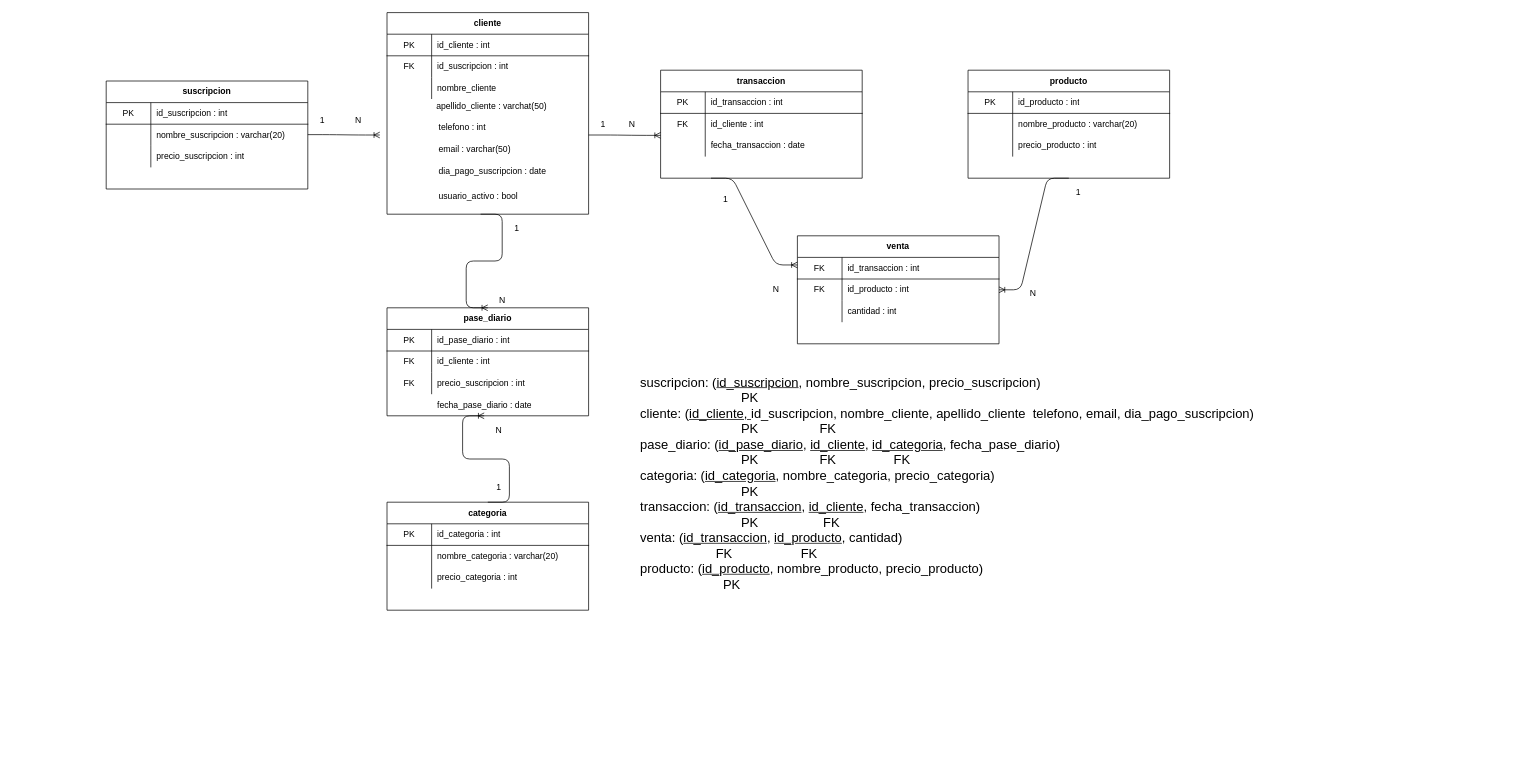
Above: Modelo relacional Grupo4.drawio in rtesga/Talento_grupo4 (draw.io), before the change. Source tidied: cells renumbered, new cells numbered last; positions are measured from the earlier drawing's top-left corner, leaving out a move shared by most shapes. Both pictures are drawn from the tidied source at 72%, with x=0, y=0 at pixel (106, 12).
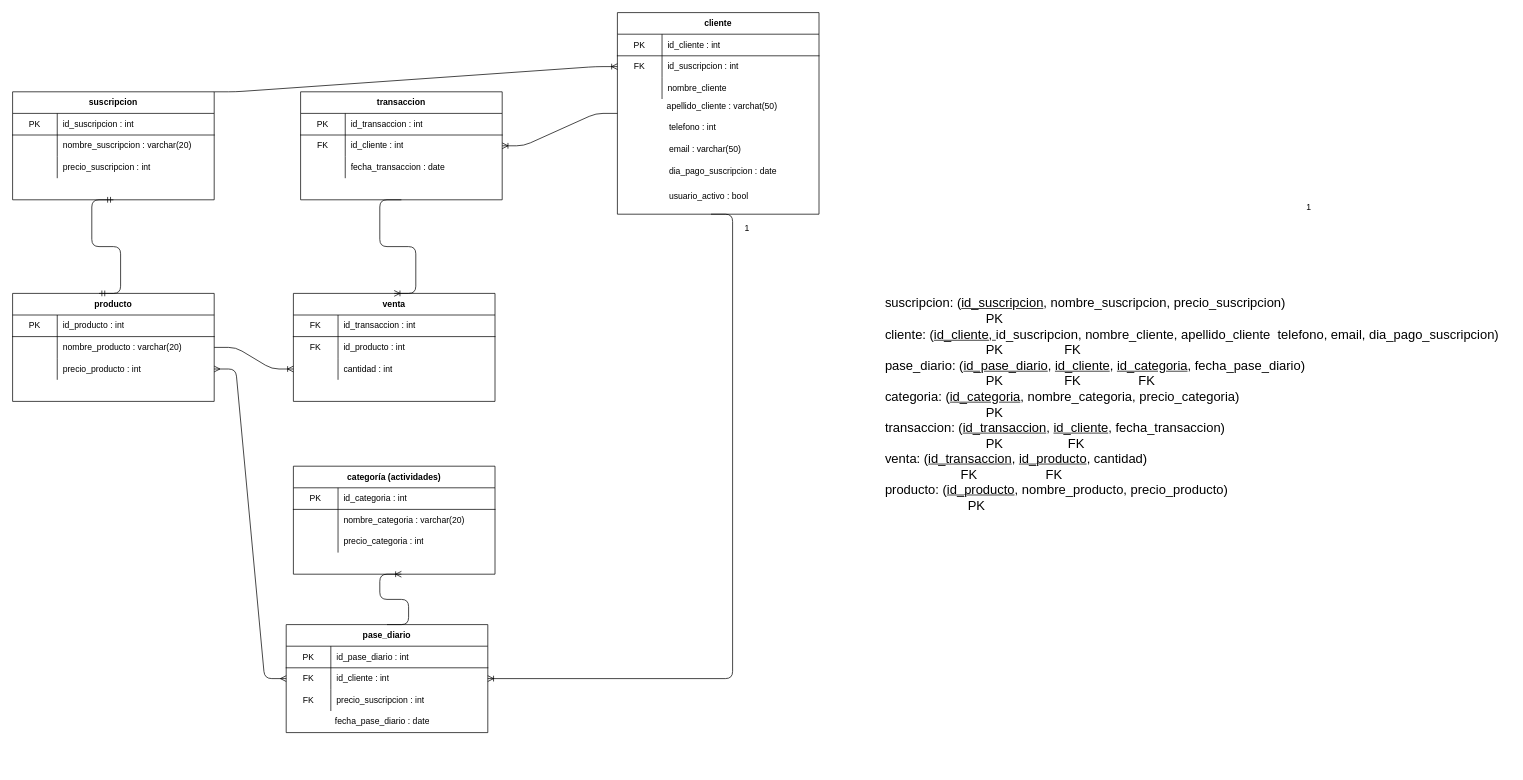
The same diagram, later.

Unchanged cells that the change refers to:
```xml
<mxCell id="29" style="shape=partialRectangle;html=1;whiteSpace=wrap;fillColor=none;top=0;left=0;bottom=0;right=0;points=[[0,0.5],[1,0.5]];portConstraint=eastwest;" parent="25" vertex="1">
  <mxGeometry y="60" width="280" height="30" as="geometry" />
</mxCell>
<mxCell id="44" style="shape=partialRectangle;html=1;whiteSpace=wrap;fillColor=none;top=0;left=0;bottom=0;right=0;points=[[0,0.5],[1,0.5]];portConstraint=eastwest;" parent="40" vertex="1">
  <mxGeometry y="60" width="280" height="30" as="geometry" />
</mxCell>
<mxCell id="54" style="shape=partialRectangle;html=1;whiteSpace=wrap;fillColor=none;top=0;left=0;bottom=0;right=0;points=[[0,0.5],[1,0.5]];portConstraint=eastwest;" parent="50" vertex="1">
  <mxGeometry y="60" width="280" height="30" as="geometry" />
</mxCell>
<mxCell id="74" style="shape=partialRectangle;html=1;whiteSpace=wrap;fillColor=none;top=0;left=0;bottom=0;right=0;points=[[0,0.5],[1,0.5]];portConstraint=eastwest;" parent="70" vertex="1">
  <mxGeometry y="60" width="280" height="30" as="geometry" />
</mxCell>
<mxCell id="77" style="shape=partialRectangle;html=1;whiteSpace=wrap;fillColor=none;top=0;left=0;bottom=0;right=0;points=[[0,0.5],[1,0.5]];portConstraint=eastwest;" parent="70" vertex="1">
  <mxGeometry y="90" width="280" height="30" as="geometry" />
</mxCell>
<mxCell id="85" style="shape=partialRectangle;html=1;whiteSpace=wrap;fillColor=none;top=0;left=0;bottom=0;right=0;points=[[0,0.5],[1,0.5]];portConstraint=eastwest;" parent="81" vertex="1">
  <mxGeometry y="60" width="280" height="30" as="geometry" />
</mxCell>
<mxCell id="88" style="shape=partialRectangle;html=1;whiteSpace=wrap;fillColor=none;top=0;left=0;bottom=0;right=0;points=[[0,0.5],[1,0.5]];portConstraint=eastwest;" parent="81" vertex="1">
  <mxGeometry y="90" width="280" height="30" as="geometry" />
</mxCell>
```

The edit, as a diff of the source:
```diff
@@
-    <mxCell id="2" value="1" style="text;html=1;align=center;verticalAlign=middle;fillColor=none;strokeColor=none;rounded=0;" parent="1" vertex="1">
-      <mxGeometry x="290" y="140" width="20" height="20" as="geometry" />
-    </mxCell>
-    <mxCell id="3" value="N" style="text;html=1;align=center;verticalAlign=middle;fillColor=none;strokeColor=none;rounded=0;" parent="1" vertex="1">
-      <mxGeometry x="340" y="140" width="20" height="20" as="geometry" />
-    </mxCell>
-    <mxCell id="4" value="N" style="text;html=1;align=center;verticalAlign=middle;fillColor=none;strokeColor=none;rounded=0;" parent="1" vertex="1">
-      <mxGeometry x="540" y="390" width="20" height="20" as="geometry" />
-    </mxCell>
     <mxCell id="5" value="1" style="text;html=1;align=center;verticalAlign=middle;fillColor=none;strokeColor=none;rounded=0;" parent="1" vertex="1">
-      <mxGeometry x="560" y="290" width="20" height="20" as="geometry" />
+      <mxGeometry x="880" y="290" width="20" height="20" as="geometry" />
     </mxCell>
     <mxCell id="6" style="edgeStyle=none;rounded=0;orthogonalLoop=1;jettySize=auto;html=1;" parent="1" edge="1">
       <mxGeometry relative="1" as="geometry">
-        <mxPoint x="530" y="820" as="sourcePoint" />
-        <mxPoint x="530" y="820" as="targetPoint" />
+        <mxPoint x="866.5" y="1040" as="sourcePoint" />
+        <mxPoint x="866.5" y="1040" as="targetPoint" />
       </mxGeometry>
     </mxCell>
-    <mxCell id="7" value="N" style="text;html=1;align=center;verticalAlign=middle;fillColor=none;strokeColor=none;rounded=0;" parent="1" vertex="1">
-      <mxGeometry x="535" y="570" width="20" height="20" as="geometry" />
-    </mxCell>
-    <mxCell id="8" value="1" style="text;html=1;align=center;verticalAlign=middle;fillColor=none;strokeColor=none;rounded=0;" parent="1" vertex="1">
-      <mxGeometry x="535" y="650" width="20" height="20" as="geometry" />
-    </mxCell>
-    <mxCell id="9" value="1" style="text;html=1;align=center;verticalAlign=middle;fillColor=none;strokeColor=none;rounded=0;" parent="1" vertex="1">
-      <mxGeometry x="680" y="146" width="20" height="20" as="geometry" />
-    </mxCell>
-    <mxCell id="10" value="N" style="text;html=1;align=center;verticalAlign=middle;fillColor=none;strokeColor=none;rounded=0;" parent="1" vertex="1">
-      <mxGeometry x="720" y="146" width="20" height="20" as="geometry" />
-    </mxCell>
-    <mxCell id="11" value="1" style="text;html=1;align=center;verticalAlign=middle;fillColor=none;strokeColor=none;rounded=0;" parent="1" vertex="1">
-      <mxGeometry x="850" y="250" width="20" height="20" as="geometry" />
-    </mxCell>
-    <mxCell id="12" value="N" style="text;html=1;align=center;verticalAlign=middle;fillColor=none;strokeColor=none;rounded=0;" parent="1" vertex="1">
-      <mxGeometry x="920" y="375" width="20" height="20" as="geometry" />
-    </mxCell>
     <mxCell id="13" value="1" style="text;html=1;align=center;verticalAlign=middle;fillColor=none;strokeColor=none;rounded=0;" parent="1" vertex="1">
-      <mxGeometry x="1340" y="240" width="20" height="20" as="geometry" />
+      <mxGeometry x="1660" y="260" width="20" height="20" as="geometry" />
     </mxCell>
-    <mxCell id="14" value="N" style="text;html=1;align=center;verticalAlign=middle;fillColor=none;strokeColor=none;rounded=0;" parent="1" vertex="1">
-      <mxGeometry x="1277" y="380" width="20" height="20" as="geometry" />
-    </mxCell>
     <mxCell id="15" value="suscripcion" style="shape=table;html=1;whiteSpace=wrap;startSize=30;childLayout=tableLayout;rowLines=0;fontStyle=1;align=center;" parent="1" vertex="1">
-      <mxGeometry y="95" width="280" height="150" as="geometry" />
+      <mxGeometry x="-130" y="110" width="280" height="150" as="geometry" />
     </mxCell>
@@
     <mxCell id="25" value="cliente" style="shape=table;html=1;whiteSpace=wrap;startSize=30;childLayout=tableLayout;rowLines=0;fontStyle=1;align=center;" parent="1" vertex="1">
-      <mxGeometry x="390" width="280" height="280" as="geometry" />
+      <mxGeometry x="710" width="280" height="280" as="geometry" />
     </mxCell>
@@
-    <mxCell id="35" style="edgeStyle=entityRelationEdgeStyle;fontSize=12;html=1;endArrow=ERoneToMany;" parent="1" edge="1">
-      <mxGeometry relative="1" as="geometry">
-        <mxPoint x="280" y="169.5" as="sourcePoint" />
-        <mxPoint x="380" y="170" as="targetPoint" />
-      </mxGeometry>
-    </mxCell>
     <mxCell id="36" value="apellido_cliente : varchat(50)" style="text;html=1;align=center;verticalAlign=middle;" parent="1" vertex="1">
-      <mxGeometry x="450" y="120" width="170" height="20" as="geometry" />
+      <mxGeometry x="770" y="120" width="170" height="20" as="geometry" />
     </mxCell>
     <mxCell id="37" value="telefono : int" style="text;html=1;align=left;verticalAlign=middle;" parent="1" vertex="1">
-      <mxGeometry x="460" y="150" width="80" height="20" as="geometry" />
+      <mxGeometry x="780" y="150" width="80" height="20" as="geometry" />
     </mxCell>
     <mxCell id="38" value="email : varchar(50)" style="text;html=1;align=left;verticalAlign=middle;" parent="1" vertex="1">
-      <mxGeometry x="460" y="180" width="120" height="20" as="geometry" />
+      <mxGeometry x="780" y="180" width="120" height="20" as="geometry" />
     </mxCell>
     <mxCell id="39" value="dia_pago_suscripcion : date" style="text;html=1;align=left;verticalAlign=middle;" parent="1" vertex="1">
-      <mxGeometry x="460" y="210" width="160" height="20" as="geometry" />
+      <mxGeometry x="780" y="210" width="160" height="20" as="geometry" />
     </mxCell>
     <mxCell id="40" value="transaccion" style="shape=table;html=1;whiteSpace=wrap;startSize=30;childLayout=tableLayout;rowLines=0;fontStyle=1;align=center;" parent="1" vertex="1">
-      <mxGeometry x="770" y="80" width="280" height="150" as="geometry" />
+      <mxGeometry x="270" y="110" width="280" height="150" as="geometry" />
     </mxCell>
@@
     <mxCell id="50" value="pase_diario" style="shape=table;html=1;whiteSpace=wrap;startSize=30;childLayout=tableLayout;rowLines=0;fontStyle=1;align=center;" parent="1" vertex="1">
-      <mxGeometry x="390" y="410" width="280" height="150" as="geometry" />
+      <mxGeometry x="250" y="850" width="280" height="150" as="geometry" />
     </mxCell>
@@
-    <mxCell id="60" value="categoria" style="shape=table;html=1;whiteSpace=wrap;startSize=30;childLayout=tableLayout;rowLines=0;fontStyle=1;align=center;" parent="1" vertex="1">
-      <mxGeometry x="390" y="680" width="280" height="150" as="geometry" />
+    <mxCell id="60" value="categoría (actividades)" style="shape=table;html=1;whiteSpace=wrap;startSize=30;childLayout=tableLayout;rowLines=0;fontStyle=1;align=center;" parent="1" vertex="1">
+      <mxGeometry x="260" y="630" width="280" height="150" as="geometry" />
     </mxCell>
@@
     <mxCell id="70" value="venta" style="shape=table;html=1;whiteSpace=wrap;startSize=30;childLayout=tableLayout;rowLines=0;fontStyle=1;align=center;" parent="1" vertex="1">
-      <mxGeometry x="960" y="310" width="280" height="150" as="geometry" />
+      <mxGeometry x="260" y="390" width="280" height="150" as="geometry" />
     </mxCell>
@@
     <mxCell id="80" value="fecha_pase_diario : date" style="shape=partialRectangle;html=1;whiteSpace=wrap;fillColor=none;top=0;left=0;bottom=0;right=0;align=left;spacingLeft=6;overflow=hidden;" parent="1" vertex="1">
-      <mxGeometry x="452" y="530" width="218" height="30" as="geometry" />
+      <mxGeometry x="310" y="970" width="218" height="30" as="geometry" />
     </mxCell>
     <mxCell id="81" value="producto" style="shape=table;html=1;whiteSpace=wrap;startSize=30;childLayout=tableLayout;rowLines=0;fontStyle=1;align=center;" parent="1" vertex="1">
-      <mxGeometry x="1197" y="80" width="280" height="150" as="geometry" />
+      <mxGeometry x="-130" y="390" width="280" height="150" as="geometry" />
     </mxCell>
@@
-    <mxCell id="91" style="edgeStyle=entityRelationEdgeStyle;fontSize=12;html=1;endArrow=ERoneToMany;" parent="1" edge="1">
-      <mxGeometry relative="1" as="geometry">
-        <mxPoint x="670" y="170" as="sourcePoint" />
-        <mxPoint x="770" y="170.5" as="targetPoint" />
-      </mxGeometry>
-    </mxCell>
-    <mxCell id="92" style="edgeStyle=entityRelationEdgeStyle;fontSize=12;html=1;endArrow=ERoneToMany;entryX=0.5;entryY=0;entryDx=0;entryDy=0;" parent="1" edge="1" target="50">
+    <mxCell id="92" style="edgeStyle=entityRelationEdgeStyle;fontSize=12;html=1;endArrow=ERoneToMany;entryX=1;entryY=0.5;entryDx=0;entryDy=0;" parent="1" edge="1" target="50">
       <mxGeometry relative="1" as="geometry">
-        <mxPoint x="520" y="280" as="sourcePoint" />
+        <mxPoint x="840" y="280" as="sourcePoint" />
       </mxGeometry>
     </mxCell>
-    <mxCell id="93" style="edgeStyle=entityRelationEdgeStyle;fontSize=12;html=1;endArrow=ERoneToMany;exitX=0.5;exitY=0;exitDx=0;exitDy=0;" parent="1" edge="1" source="60">
-      <mxGeometry relative="1" as="geometry">
-        <mxPoint x="525" y="560" as="targetPoint" />
-      </mxGeometry>
-    </mxCell>
-    <mxCell id="94" style="edgeStyle=entityRelationEdgeStyle;fontSize=12;html=1;endArrow=ERoneToMany;exitX=0.25;exitY=1;exitDx=0;exitDy=0;" parent="1" edge="1" source="40">
-      <mxGeometry relative="1" as="geometry">
-        <mxPoint x="960" y="350.5" as="targetPoint" />
-      </mxGeometry>
-    </mxCell>
-    <mxCell id="95" style="edgeStyle=entityRelationEdgeStyle;fontSize=12;html=1;endArrow=ERoneToMany;entryX=1;entryY=0.5;entryDx=0;entryDy=0;exitX=0.5;exitY=1;exitDx=0;exitDy=0;" parent="1" edge="1" source="81" target="74">
-      <mxGeometry relative="1" as="geometry" />
-    </mxCell>
     <mxCell id="96" value="&lt;font style=&quot;font-size: 18px&quot;&gt;suscripcion: (&lt;u&gt;id_suscripcion&lt;/u&gt;, nombre_suscripcion, precio_suscripcion)&lt;br&gt;&amp;nbsp; &amp;nbsp; &amp;nbsp; &amp;nbsp; &amp;nbsp; &amp;nbsp; &amp;nbsp; &amp;nbsp; &amp;nbsp; &amp;nbsp; &amp;nbsp; &amp;nbsp; &amp;nbsp; &amp;nbsp; PK&lt;br&gt;cliente: (&lt;u&gt;id_cliente, &lt;/u&gt;id_suscripcion, nombre_cliente, apellido_cliente&amp;nbsp; telefono, email, dia_pago_suscripcion)&lt;br&gt;&amp;nbsp; &amp;nbsp; &amp;nbsp; &amp;nbsp; &amp;nbsp; &amp;nbsp; &amp;nbsp; &amp;nbsp; &amp;nbsp; &amp;nbsp; &amp;nbsp; &amp;nbsp; &amp;nbsp; &amp;nbsp; PK&amp;nbsp; &amp;nbsp; &amp;nbsp; &amp;nbsp; &amp;nbsp; &amp;nbsp; &amp;nbsp; &amp;nbsp; &amp;nbsp;FK&lt;br&gt;pase_diario: (&lt;u&gt;id_pase_diario&lt;/u&gt;, &lt;u&gt;id_cliente&lt;/u&gt;, &lt;u&gt;id_categoria&lt;/u&gt;, fecha_pase_diario)&lt;br&gt;&amp;nbsp; &amp;nbsp; &amp;nbsp; &amp;nbsp; &amp;nbsp; &amp;nbsp; &amp;nbsp; &amp;nbsp; &amp;nbsp; &amp;nbsp; &amp;nbsp; &amp;nbsp; &amp;nbsp; &amp;nbsp; PK&amp;nbsp; &amp;nbsp; &amp;nbsp; &amp;nbsp; &amp;nbsp; &amp;nbsp; &amp;nbsp; &amp;nbsp; &amp;nbsp;FK&amp;nbsp; &amp;nbsp; &amp;nbsp; &amp;nbsp; &amp;nbsp; &amp;nbsp; &amp;nbsp; &amp;nbsp; FK&lt;br&gt;categoria: (&lt;u&gt;id_categoria&lt;/u&gt;, nombre_categoria, precio_categoria)&lt;br&gt;&amp;nbsp; &amp;nbsp; &amp;nbsp; &amp;nbsp; &amp;nbsp; &amp;nbsp; &amp;nbsp; &amp;nbsp; &amp;nbsp; &amp;nbsp; &amp;nbsp; &amp;nbsp; &amp;nbsp; &amp;nbsp; PK&lt;br&gt;transaccion: (&lt;u&gt;id_transaccion&lt;/u&gt;, &lt;u&gt;id_cliente&lt;/u&gt;, fecha_transaccion)&lt;br&gt;&amp;nbsp; &amp;nbsp; &amp;nbsp; &amp;nbsp; &amp;nbsp; &amp;nbsp; &amp;nbsp; &amp;nbsp; &amp;nbsp; &amp;nbsp; &amp;nbsp; &amp;nbsp; &amp;nbsp; &amp;nbsp; PK&amp;nbsp; &amp;nbsp; &amp;nbsp; &amp;nbsp; &amp;nbsp; &amp;nbsp; &amp;nbsp; &amp;nbsp; &amp;nbsp; FK&lt;br&gt;venta: (&lt;u&gt;id_transaccion&lt;/u&gt;, &lt;u&gt;id_producto&lt;/u&gt;, cantidad)&lt;br&gt;&amp;nbsp; &amp;nbsp; &amp;nbsp; &amp;nbsp; &amp;nbsp; &amp;nbsp; &amp;nbsp; &amp;nbsp; &amp;nbsp; &amp;nbsp; &amp;nbsp;FK&amp;nbsp; &amp;nbsp; &amp;nbsp; &amp;nbsp; &amp;nbsp; &amp;nbsp; &amp;nbsp; &amp;nbsp; &amp;nbsp; &amp;nbsp;FK&lt;br&gt;producto: (&lt;u&gt;id_producto&lt;/u&gt;, nombre_producto, precio_producto)&lt;br&gt;&amp;nbsp; &amp;nbsp; &amp;nbsp; &amp;nbsp; &amp;nbsp; &amp;nbsp; &amp;nbsp; &amp;nbsp; &amp;nbsp; &amp;nbsp; &amp;nbsp; &amp;nbsp;PK&lt;br&gt;&lt;/font&gt;" style="text;html=1;strokeColor=none;fillColor=none;align=left;verticalAlign=middle;whiteSpace=wrap;rounded=0;" parent="1" vertex="1">
-      <mxGeometry x="740" y="490" width="870" height="330" as="geometry" />
+      <mxGeometry x="1080" y="380" width="870" height="330" as="geometry" />
     </mxCell>
     <mxCell id="97" value="usuario_activo : bool" style="text;html=1;align=left;verticalAlign=middle;" parent="1" vertex="1">
-      <mxGeometry x="460" y="245" width="130" height="20" as="geometry" />
+      <mxGeometry x="780" y="245" width="130" height="20" as="geometry" />
     </mxCell>
+    <mxCell id="98" style="edgeStyle=entityRelationEdgeStyle;fontSize=12;html=1;endArrow=ERoneToMany;entryX=1;entryY=0.5;entryDx=0;entryDy=0;exitX=0;exitY=0.5;exitDx=0;exitDy=0;" parent="1" edge="1" source="25" target="44">
+      <mxGeometry relative="1" as="geometry" />
+    </mxCell>
+    <mxCell id="99" style="edgeStyle=entityRelationEdgeStyle;fontSize=12;html=1;endArrow=ERoneToMany;entryX=0;entryY=0.5;entryDx=0;entryDy=0;exitX=1;exitY=0;exitDx=0;exitDy=0;" parent="1" edge="1" source="15" target="29">
+      <mxGeometry relative="1" as="geometry" />
+    </mxCell>
+    <mxCell id="100" style="edgeStyle=entityRelationEdgeStyle;fontSize=12;html=1;endArrow=ERoneToMany;entryX=0.5;entryY=0;entryDx=0;entryDy=0;exitX=0.5;exitY=1;exitDx=0;exitDy=0;" parent="1" edge="1" source="40" target="70">
+      <mxGeometry relative="1" as="geometry" />
+    </mxCell>
+    <mxCell id="101" style="edgeStyle=entityRelationEdgeStyle;fontSize=12;html=1;endArrow=ERmandOne;startArrow=ERmandOne;entryX=0.5;entryY=1;entryDx=0;entryDy=0;" parent="1" edge="1" target="15">
+      <mxGeometry relative="1" as="geometry">
+        <mxPoint x="-10" y="390" as="sourcePoint" />
+      </mxGeometry>
+    </mxCell>
+    <mxCell id="102" style="edgeStyle=entityRelationEdgeStyle;fontSize=12;html=1;endArrow=ERmany;startArrow=ERmany;entryX=0;entryY=0.5;entryDx=0;entryDy=0;exitX=1;exitY=0.5;exitDx=0;exitDy=0;" parent="1" edge="1" source="88" target="54">
+      <mxGeometry relative="1" as="geometry" />
+    </mxCell>
+    <mxCell id="103" style="edgeStyle=entityRelationEdgeStyle;fontSize=12;html=1;endArrow=ERoneToMany;entryX=0;entryY=0.5;entryDx=0;entryDy=0;exitX=1;exitY=0.5;exitDx=0;exitDy=0;" parent="1" edge="1" source="85" target="77">
+      <mxGeometry relative="1" as="geometry" />
+    </mxCell>
+    <mxCell id="104" style="edgeStyle=entityRelationEdgeStyle;fontSize=12;html=1;endArrow=ERoneToMany;exitX=0.5;exitY=0;exitDx=0;exitDy=0;" parent="1" edge="1" source="50">
+      <mxGeometry relative="1" as="geometry">
+        <mxPoint x="410" y="780" as="targetPoint" />
+      </mxGeometry>
+    </mxCell>
```
